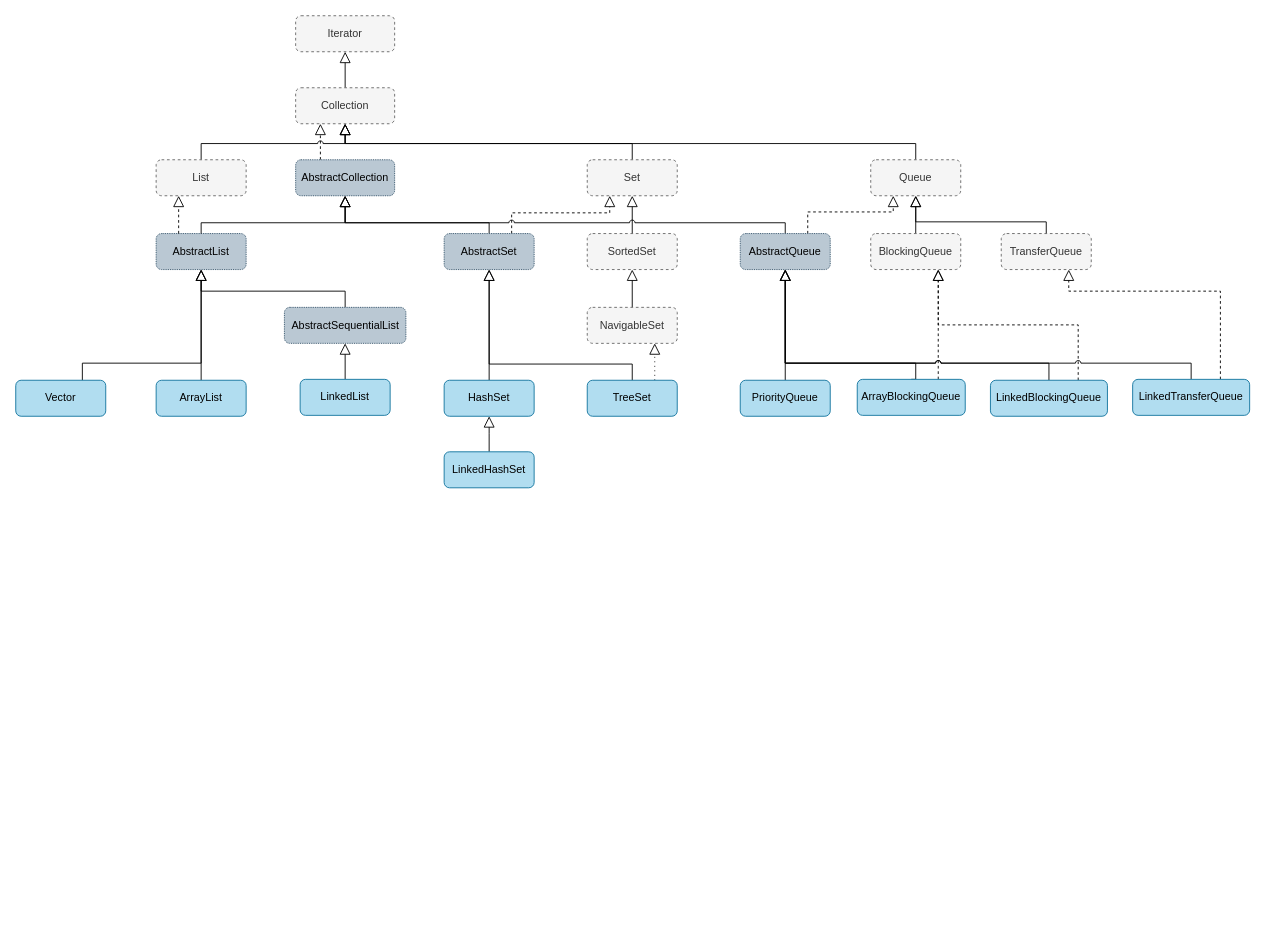
The draw.io diagram Java Collection.drawio in imwangyi/java, before the edit. Source tidied: cells renumbered, new cells numbered last; positions are measured from the earlier drawing's top-left corner, leaving out a move shared by most shapes. Both pictures are drawn from the tidied source at 90%, with x=0, y=0 at pixel (15, 15).
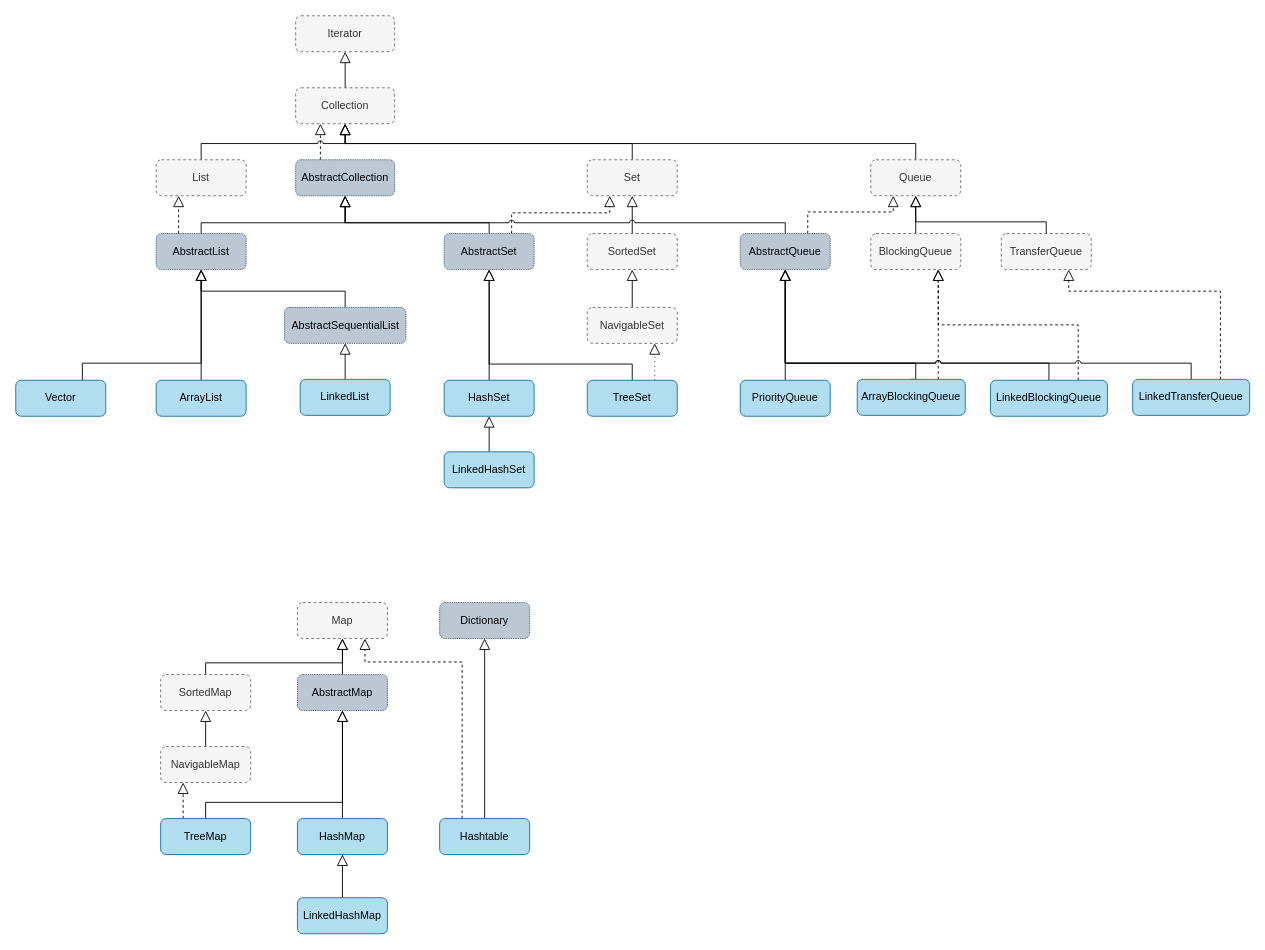
The same diagram, later.

Change to the diagram source:
```diff
@@
+    <mxCell id="56" value="Map" style="rounded=1;whiteSpace=wrap;html=1;dashed=1;fillColor=#f5f5f5;fontColor=#333333;strokeColor=#666666;" parent="1" vertex="1">
+      <mxGeometry x="313" y="652" width="100" height="40" as="geometry" />
+    </mxCell>
+    <mxCell id="57" value="Dictionary" style="rounded=1;whiteSpace=wrap;html=1;dashed=1;dashPattern=1 1;fillColor=#bac8d3;strokeColor=#23445d;" parent="1" vertex="1">
+      <mxGeometry x="471" y="652" width="100" height="40" as="geometry" />
+    </mxCell>
+    <mxCell id="58" style="edgeStyle=orthogonalEdgeStyle;rounded=0;jumpStyle=arc;jettySize=auto;html=1;endArrow=block;endFill=0;endSize=10;" parent="1" edge="1" source="60" target="57">
+      <mxGeometry relative="1" as="geometry" />
+    </mxCell>
+    <mxCell id="59" style="edgeStyle=orthogonalEdgeStyle;rounded=0;jumpStyle=arc;jettySize=auto;html=1;exitX=0.25;exitY=0;exitDx=0;exitDy=0;entryX=0.75;entryY=1;entryDx=0;entryDy=0;dashed=1;endArrow=block;endFill=0;endSize=10;" parent="1" edge="1" source="60" target="56">
+      <mxGeometry relative="1" as="geometry">
+        <Array as="points">
+          <mxPoint x="496" y="718" />
+          <mxPoint x="388" y="718" />
+        </Array>
+      </mxGeometry>
+    </mxCell>
+    <mxCell id="60" value="Hashtable" style="rounded=1;whiteSpace=wrap;html=1;fillColor=#b1ddf0;strokeColor=#10739e;" parent="1" vertex="1">
+      <mxGeometry x="471" y="892" width="100" height="40" as="geometry" />
+    </mxCell>
+    <mxCell id="61" style="edgeStyle=orthogonalEdgeStyle;rounded=0;jettySize=auto;html=1;entryX=0.5;entryY=1;entryDx=0;entryDy=0;endArrow=block;endFill=0;endSize=10;" parent="1" edge="1" source="62" target="56">
+      <mxGeometry relative="1" as="geometry" />
+    </mxCell>
+    <mxCell id="62" value="AbstractMap" style="rounded=1;whiteSpace=wrap;html=1;dashed=1;dashPattern=1 1;fillColor=#bac8d3;strokeColor=#23445d;" parent="1" vertex="1">
+      <mxGeometry x="313" y="732" width="100" height="40" as="geometry" />
+    </mxCell>
+    <mxCell id="63" style="edgeStyle=orthogonalEdgeStyle;rounded=0;jettySize=auto;html=1;endArrow=block;endFill=0;endSize=10;" parent="1" edge="1" source="64" target="62">
+      <mxGeometry relative="1" as="geometry" />
+    </mxCell>
+    <mxCell id="64" value="HashMap" style="rounded=1;whiteSpace=wrap;html=1;fillColor=#b1ddf0;strokeColor=#10739e;" parent="1" vertex="1">
+      <mxGeometry x="313" y="892" width="100" height="40" as="geometry" />
+    </mxCell>
+    <mxCell id="65" style="edgeStyle=orthogonalEdgeStyle;rounded=0;jettySize=auto;html=1;endArrow=block;endFill=0;endSize=10;" parent="1" edge="1" source="66" target="64">
+      <mxGeometry relative="1" as="geometry" />
+    </mxCell>
+    <mxCell id="66" value="LinkedHashMap" style="rounded=1;whiteSpace=wrap;html=1;fillColor=#b1ddf0;strokeColor=#10739e;" parent="1" vertex="1">
+      <mxGeometry x="313" y="980" width="100" height="40" as="geometry" />
+    </mxCell>
+    <mxCell id="67" style="edgeStyle=orthogonalEdgeStyle;rounded=0;jettySize=auto;html=1;endArrow=block;endFill=0;endSize=10;" parent="1" edge="1" source="69" target="62">
+      <mxGeometry relative="1" as="geometry">
+        <Array as="points">
+          <mxPoint x="211" y="874" />
+          <mxPoint x="363" y="874" />
+        </Array>
+      </mxGeometry>
+    </mxCell>
+    <mxCell id="68" style="edgeStyle=orthogonalEdgeStyle;rounded=0;jettySize=auto;html=1;exitX=0.25;exitY=0;exitDx=0;exitDy=0;entryX=0.25;entryY=1;entryDx=0;entryDy=0;endArrow=block;endFill=0;endSize=10;dashed=1;" parent="1" edge="1" source="69" target="71">
+      <mxGeometry relative="1" as="geometry" />
+    </mxCell>
+    <mxCell id="69" value="TreeMap" style="rounded=1;whiteSpace=wrap;html=1;fillColor=#b1ddf0;strokeColor=#10739e;" parent="1" vertex="1">
+      <mxGeometry x="161" y="892" width="100" height="40" as="geometry" />
+    </mxCell>
+    <mxCell id="70" style="edgeStyle=orthogonalEdgeStyle;rounded=0;jettySize=auto;html=1;entryX=0.5;entryY=1;entryDx=0;entryDy=0;endArrow=block;endFill=0;endSize=10;" parent="1" edge="1" source="71" target="73">
+      <mxGeometry relative="1" as="geometry" />
+    </mxCell>
+    <mxCell id="71" value="NavigableMap" style="rounded=1;whiteSpace=wrap;html=1;dashed=1;fillColor=#f5f5f5;fontColor=#333333;strokeColor=#666666;" parent="1" vertex="1">
+      <mxGeometry x="161" y="812" width="100" height="40" as="geometry" />
+    </mxCell>
+    <mxCell id="72" style="edgeStyle=orthogonalEdgeStyle;rounded=0;jettySize=auto;html=1;endArrow=block;endFill=0;endSize=10;" parent="1" edge="1" source="73" target="56">
+      <mxGeometry relative="1" as="geometry">
+        <Array as="points">
+          <mxPoint x="211" y="719" />
+          <mxPoint x="363" y="719" />
+        </Array>
+      </mxGeometry>
+    </mxCell>
+    <mxCell id="73" value="SortedMap" style="rounded=1;whiteSpace=wrap;html=1;dashed=1;fillColor=#f5f5f5;fontColor=#333333;strokeColor=#666666;" parent="1" vertex="1">
+      <mxGeometry x="161" y="732" width="100" height="40" as="geometry" />
+    </mxCell>
```
